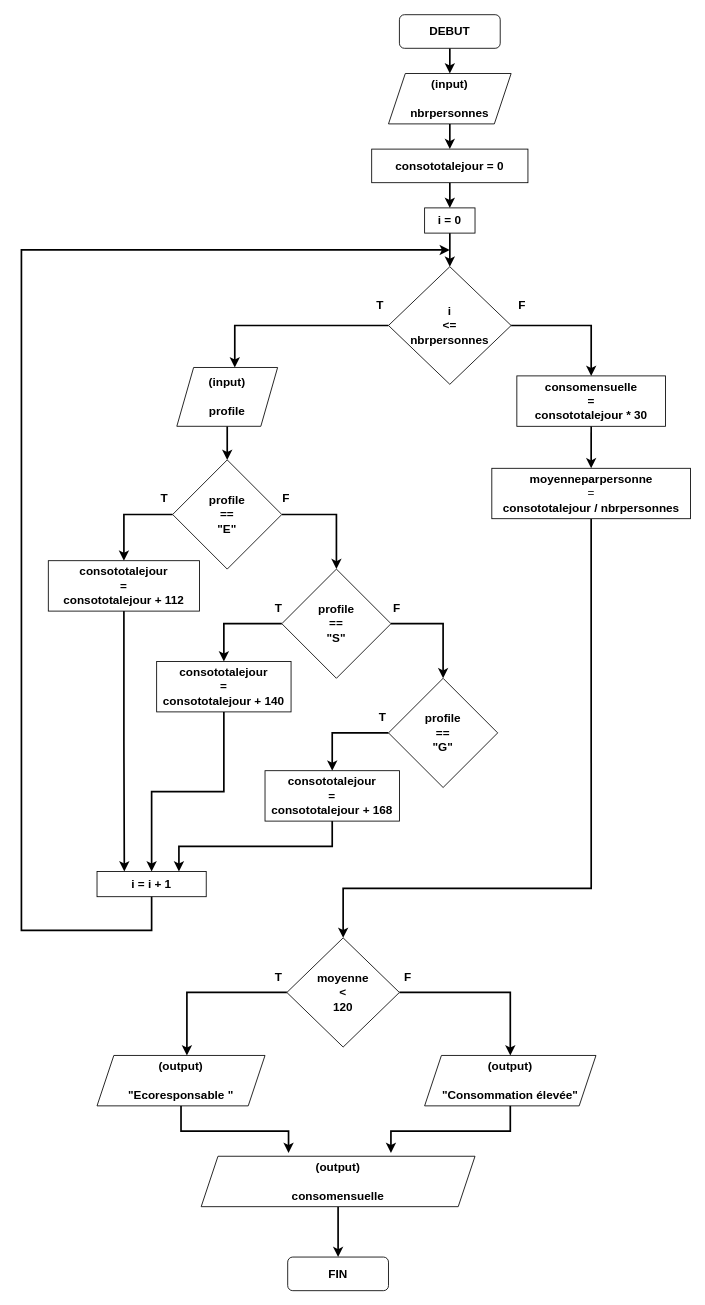
vkeller/modulo-gybe keeps this draw.io diagram as 2M/strategies/graphs/consommation.drawio. Above is the earlier version. Source tidied: cells renumbered, new cells numbered last; positions are measured from the earlier drawing's top-left corner, leaving out a move shared by most shapes. Both pictures are drawn from the tidied source at 84%, with x=0, y=0 at pixel (21, 14).
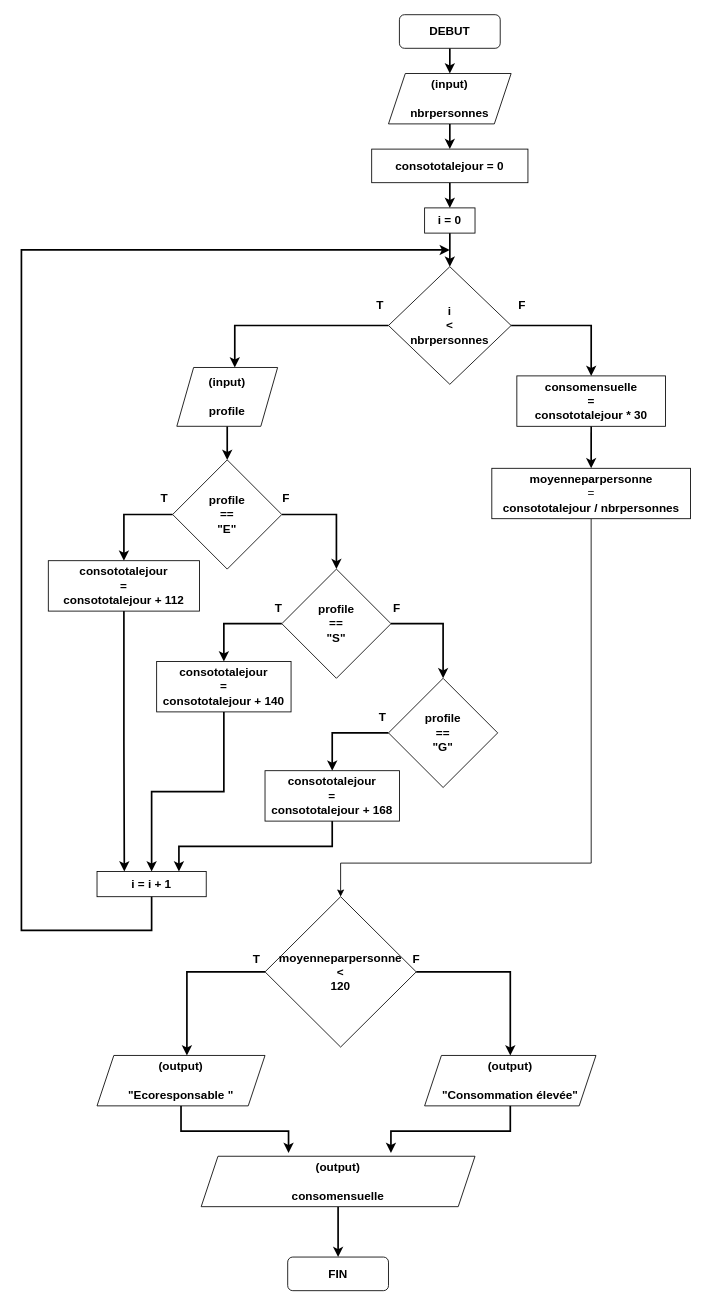
Above is the later version.

Commit message (it also covers changes not shown here):
modif mineure drawio + juplab

Unchanged cells that the change refers to:
```xml
<mxCell id="37" value="&lt;b&gt;moyenneparpersonne&lt;br&gt;&lt;/b&gt;=&lt;br&gt;&lt;b&gt;consototalejour / nbrpersonnes&lt;/b&gt;" style="rounded=0;whiteSpace=wrap;html=1;fontSize=14;" parent="1" vertex="1">
  <mxGeometry x="560" y="540" width="236.5" height="60" as="geometry" />
</mxCell>
```

Diff of the diagram source:
```diff
@@
-    <mxCell id="13" value="&lt;b&gt;i&lt;br&gt;&amp;lt;=&lt;br&gt;nbrpersonnes&lt;/b&gt;" style="rhombus;whiteSpace=wrap;html=1;fontSize=14;" parent="1" vertex="1">
+    <mxCell id="13" value="&lt;b&gt;i&lt;br&gt;&amp;lt;&lt;br&gt;nbrpersonnes&lt;/b&gt;" style="rhombus;whiteSpace=wrap;html=1;fontSize=14;" parent="1" vertex="1">
       <mxGeometry x="437" y="300" width="146" height="140" as="geometry" />
     </mxCell>
@@
-    <mxCell id="36" style="edgeStyle=orthogonalEdgeStyle;rounded=0;jettySize=auto;html=1;exitX=0.5;exitY=1;exitDx=0;exitDy=0;entryX=0.5;entryY=0;entryDx=0;entryDy=0;strokeWidth=2;fontSize=14;" parent="1" edge="1" source="37" target="40">
+    <mxCell id="36" style="edgeStyle=orthogonalEdgeStyle;rounded=0;jettySize=auto;html=1;exitX=0.5;exitY=1;exitDx=0;exitDy=0;" parent="1" edge="1" source="37" target="40">
       <mxGeometry relative="1" as="geometry">
         <Array as="points">
-          <mxPoint x="678" y="1040" />
-          <mxPoint x="383" y="1040" />
+          <mxPoint x="678" y="1010" />
+          <mxPoint x="380" y="1010" />
         </Array>
       </mxGeometry>
     </mxCell>
@@
-    <mxCell id="40" value="&lt;b&gt;moyenne&lt;br&gt;&amp;lt;&lt;br&gt;120&lt;br&gt;&lt;/b&gt;" style="rhombus;whiteSpace=wrap;html=1;fontSize=14;" parent="1" vertex="1">
-      <mxGeometry x="316" y="1099" width="134" height="130" as="geometry" />
+    <mxCell id="40" value="&lt;b&gt;moyenneparpersonne&lt;br&gt;&amp;lt;&lt;br&gt;120&lt;br&gt;&lt;/b&gt;" style="rhombus;whiteSpace=wrap;html=1;fontSize=14;" parent="1" vertex="1">
+      <mxGeometry x="290" y="1050" width="180" height="179" as="geometry" />
     </mxCell>
@@
     <mxCell id="52" value="F" style="text;strokeColor=none;fillColor=none;align=left;verticalAlign=middle;spacingLeft=4;spacingRight=4;overflow=hidden;fontSize=14;fontStyle=1;" parent="1" vertex="1">
-      <mxGeometry x="450" y="1130" width="20" height="30" as="geometry" />
+      <mxGeometry x="460" y="1109" width="20" height="30" as="geometry" />
     </mxCell>
     <mxCell id="53" value="T" style="text;strokeColor=none;fillColor=none;align=left;verticalAlign=middle;spacingLeft=4;spacingRight=4;overflow=hidden;fontSize=14;fontStyle=1;" parent="1" vertex="1">
-      <mxGeometry x="296" y="1130" width="20" height="30" as="geometry" />
+      <mxGeometry x="270" y="1109" width="20" height="30" as="geometry" />
     </mxCell>
```
